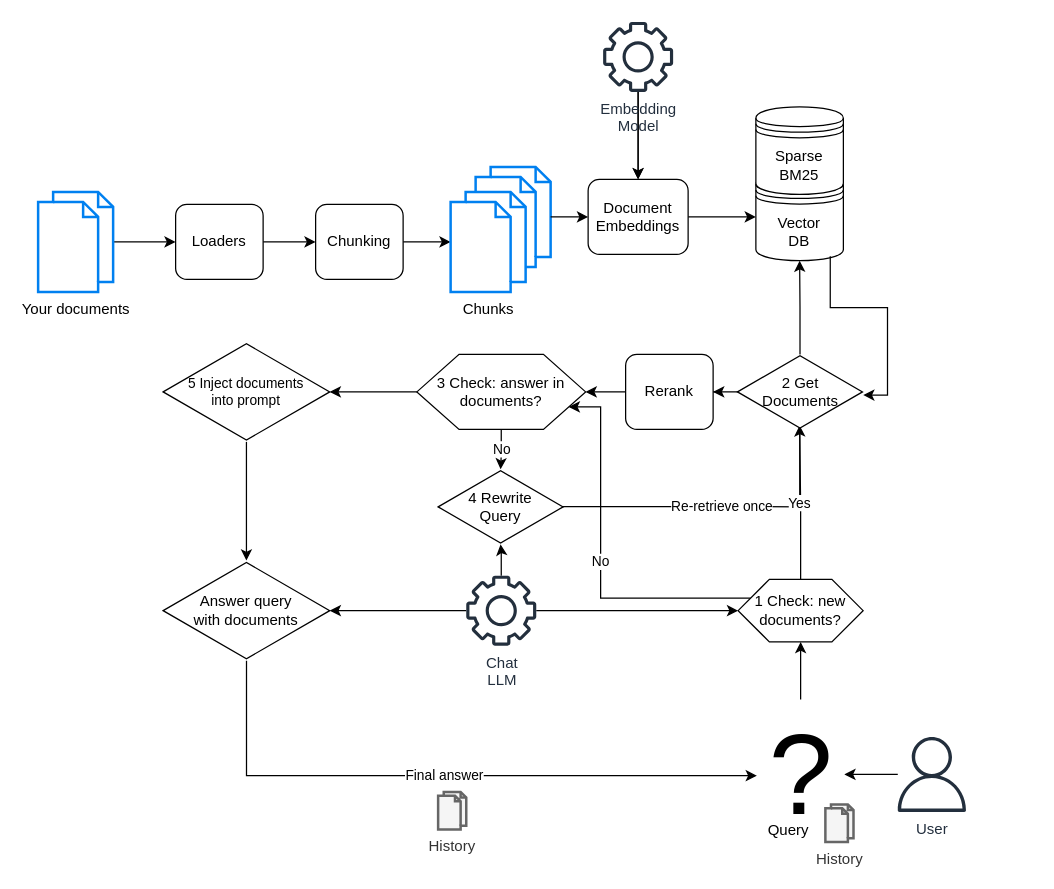
Earlier version of the draw.io diagram ragmeup.drawio (AI-Commandos/RAGMeUp). Source tidied: cells renumbered, new cells numbered last; positions are measured from the earlier drawing's top-left corner, leaving out a move shared by most shapes. Both pictures are drawn from the tidied source at 125%, with x=0, y=0 at pixel (38, 21).
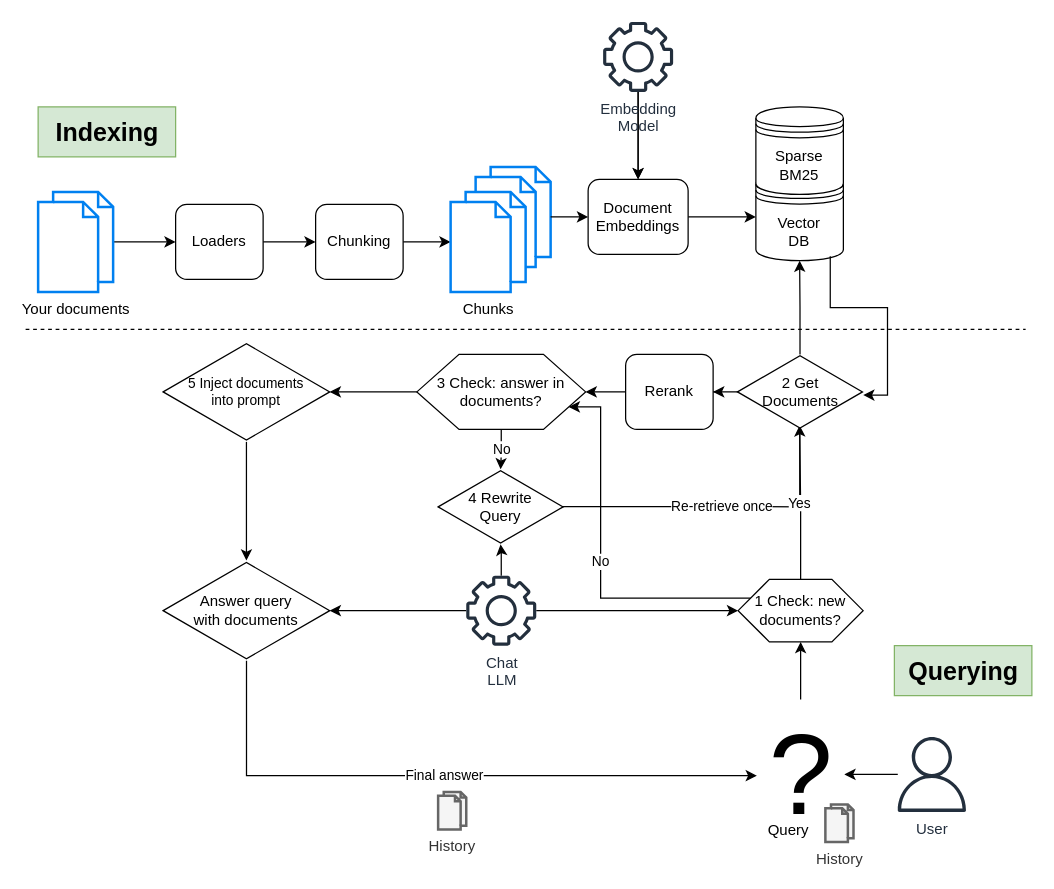
After the change.

Commit message (it also covers changes not shown here):
Split indexing and inference optically

Diff of the diagram source:
```diff
@@
+    <mxCell id="48" style="endArrow=none;dashed=1;html=1;rounded=0;" parent="1" edge="1">
+      <mxGeometry relative="1" as="geometry">
+        <mxPoint x="-10" y="246" as="sourcePoint" />
+        <mxPoint x="790" y="246" as="targetPoint" />
+      </mxGeometry>
+    </mxCell>
+    <mxCell id="49" value="&lt;b&gt;&lt;font style=&quot;font-size: 20px;&quot;&gt;Indexing&lt;/font&gt;&lt;/b&gt;" style="text;html=1;align=center;verticalAlign=middle;strokeColor=#82b366;fillColor=#d5e8d4;" parent="1" vertex="1">
+      <mxGeometry y="68" width="110" height="40" as="geometry" />
+    </mxCell>
+    <mxCell id="50" value="&lt;font style=&quot;font-size: 20px;&quot;&gt;&lt;b&gt;Querying&lt;/b&gt;&lt;/font&gt;" style="text;html=1;align=center;verticalAlign=middle;strokeColor=#82b366;fillColor=#d5e8d4;" parent="1" vertex="1">
+      <mxGeometry x="685" y="499" width="110" height="40" as="geometry" />
+    </mxCell>
```
